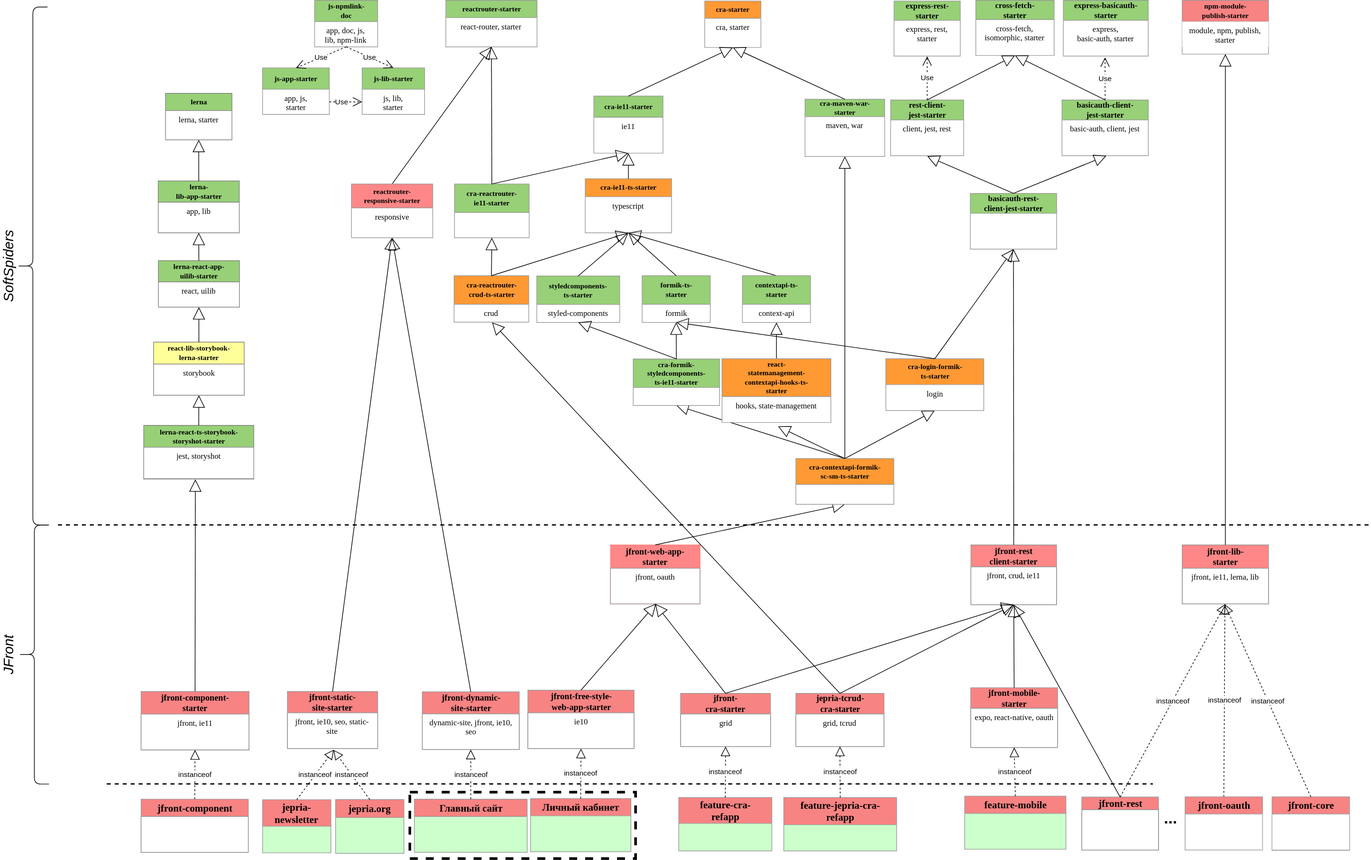
Earlier version of the draw.io export jfront/images/jfront-plan.svg (Jepria/doc). Source tidied: cells renumbered, new cells last; positions are measured from the earlier drawing's top-left corner, leaving out a move shared by most shapes.
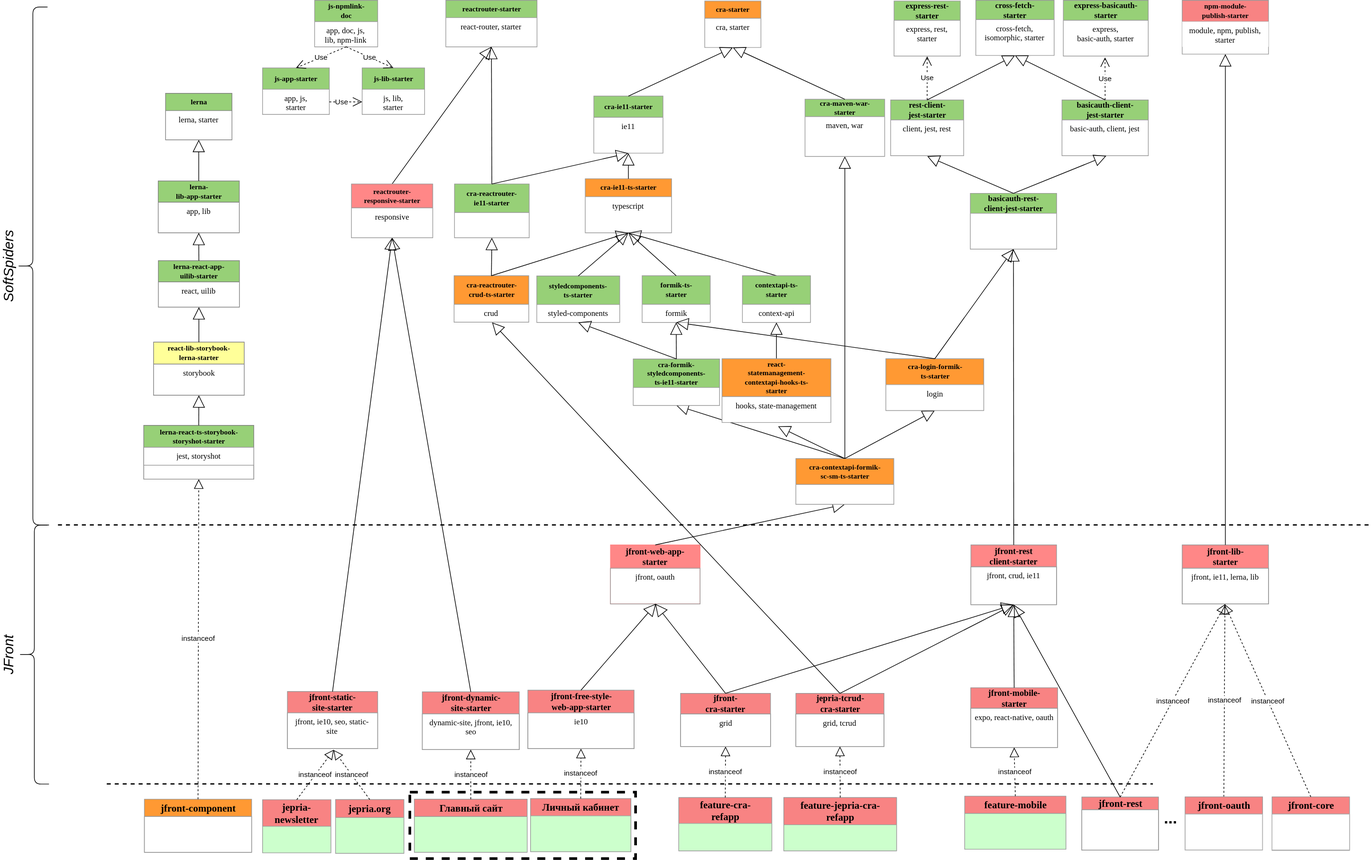
The same file after the commit.

Commit message:
feat: jfront-plan diagram

The edit, as a diff of the source:
```diff
@@ -71,8 +71,8 @@
     <mxCell id="24" value="&lt;span style=&quot;font-family: &amp;#34;verdana&amp;#34;&quot;&gt;cross-fetch, isomorphic, starter&lt;/span&gt;" style="text;html=1;align=center;verticalAlign=top;spacingLeft=4;spacingRight=4;whiteSpace=wrap;overflow=hidden;" parent="23" vertex="1">
       <mxGeometry y="29" width="118" height="51" as="geometry" />
     </mxCell>
-    <mxCell id="25" value="&lt;b&gt;&lt;font&gt;&lt;font style=&quot;font-size: 15px&quot;&gt;jfront-component&lt;/font&gt;&lt;br&gt;&lt;/font&gt;&lt;/b&gt;" style="swimlane;html=1;fontStyle=0;horizontal=1;startSize=26;swimlaneFillColor=#FFFFFF;rounded=0;shadow=0;comic=0;labelBackgroundColor=none;strokeWidth=1;fontFamily=Verdana;fontSize=10;align=center;fillColor=#F88383;strokeColor=#999999;" parent="1" vertex="1">
-      <mxGeometry x="314" y="1203" width="161.5" height="80" as="geometry" />
+    <mxCell id="25" value="&lt;b&gt;&lt;font&gt;&lt;font style=&quot;font-size: 15px&quot;&gt;jfront-component&lt;/font&gt;&lt;br&gt;&lt;/font&gt;&lt;/b&gt;" style="swimlane;html=1;fontStyle=0;horizontal=1;startSize=26;swimlaneFillColor=#FFFFFF;rounded=0;shadow=0;comic=0;labelBackgroundColor=none;strokeWidth=1;fontFamily=Verdana;fontSize=10;align=center;fillColor=#FF9933;strokeColor=#999999;" parent="1" vertex="1">
+      <mxGeometry x="319" y="1203" width="161.5" height="80" as="geometry" />
     </mxCell>
     <mxCell id="26" style="text;html=1;strokeColor=#999999;fillColor=none;align=center;verticalAlign=top;spacingLeft=4;spacingRight=4;whiteSpace=wrap;overflow=hidden;" parent="25" vertex="1">
       <mxGeometry y="26" width="161.5" height="54" as="geometry" />
@@ -89,9 +89,6 @@
     <mxCell id="30" value="&lt;span style=&quot;font-family: &amp;#34;verdana&amp;#34;&quot;&gt;jfront, ie11, lerna, lib&lt;/span&gt;" style="text;html=1;align=center;verticalAlign=top;spacingLeft=4;spacingRight=4;whiteSpace=wrap;overflow=hidden;points=[[0,0.5],[1,0.5]];portConstraint=eastwest;strokeColor=#999999;" parent="29" vertex="1">
       <mxGeometry y="35" width="130" height="54" as="geometry" />
     </mxCell>
-    <mxCell id="31" style="endArrow=block;endSize=16;endFill=0;html=1;exitX=0.5;exitY=0;exitDx=0;exitDy=0;entryX=0.469;entryY=1.028;entryDx=0;entryDy=0;entryPerimeter=0;strokeColor=#000000;" parent="1" edge="1" source="39" target="92">
-      <mxGeometry relative="1" as="geometry" />
-    </mxCell>
     <mxCell id="32" value="&lt;b&gt;&lt;font&gt;&lt;font style=&quot;font-size: 11px&quot;&gt;npm-module-&lt;br&gt;publish-starter&lt;/font&gt;&lt;br&gt;&lt;/font&gt;&lt;/b&gt;" style="swimlane;html=1;fontStyle=0;horizontal=1;startSize=32;swimlaneFillColor=#ffffff;rounded=0;shadow=0;comic=0;labelBackgroundColor=none;strokeWidth=1;fontFamily=Verdana;fontSize=10;align=center;fillColor=#F88383;strokeColor=#999999;" parent="1" vertex="1">
       <mxGeometry x="1882.1" width="130" height="81" as="geometry" />
     </mxCell>
@@ -113,12 +110,6 @@
     <mxCell id="38" style="endArrow=block;endSize=16;endFill=0;html=1;entryX=0.5;entryY=1;entryDx=0;entryDy=0;exitX=0.5;exitY=0;exitDx=0;exitDy=0;" parent="1" edge="1" source="17" target="23">
       <mxGeometry relative="1" as="geometry" />
     </mxCell>
-    <mxCell id="39" value="&lt;b&gt;&lt;font style=&quot;font-size: 13px&quot;&gt;jfront-component-&lt;br&gt;starter&lt;/font&gt;&lt;/b&gt;" style="swimlane;html=1;fontStyle=0;horizontal=1;startSize=34;fillColor=#F88383;swimlaneFillColor=#ffffff;rounded=0;shadow=0;comic=0;labelBackgroundColor=none;strokeWidth=1;fontFamily=Verdana;fontSize=10;align=center;strokeColor=#999999;" parent="1" vertex="1">
-      <mxGeometry x="314" y="1040.8" width="162.6" height="88" as="geometry" />
-    </mxCell>
-    <mxCell id="40" value="&lt;div&gt;&lt;span&gt;&lt;font face=&quot;verdana&quot;&gt;jfront, ie11&lt;/font&gt;&lt;/span&gt;&lt;/div&gt;" style="text;html=1;strokeColor=#999999;fillColor=none;align=center;verticalAlign=top;spacingLeft=4;spacingRight=4;whiteSpace=wrap;overflow=hidden;" parent="39" vertex="1">
-      <mxGeometry y="34" width="162.6" height="54" as="geometry" />
-    </mxCell>
     <mxCell id="41" value="&lt;b&gt;&lt;font style=&quot;font-size: 13px&quot;&gt;jfront-mobile-&lt;br&gt;starter&lt;/font&gt;&lt;/b&gt;" style="swimlane;html=1;fontStyle=0;horizontal=1;startSize=31;fillColor=#F88383;swimlaneFillColor=#ffffff;rounded=0;shadow=0;comic=0;labelBackgroundColor=none;strokeWidth=1;fontFamily=Verdana;fontSize=10;align=center;strokeColor=#999999;" parent="1" vertex="1">
       <mxGeometry x="1563.6" y="1035.1" width="130.9" height="90" as="geometry" />
     </mxCell>
@@ -248,7 +239,7 @@
     <mxCell id="82" value="&lt;span style=&quot;font-weight: normal ; font-size: 21px&quot;&gt;SoftSpiders&lt;/span&gt;" style="text;html=1;strokeColor=none;fillColor=none;align=center;verticalAlign=middle;whiteSpace=wrap;rounded=0;fontSize=21;fontStyle=3;rotation=-90;" parent="1" vertex="1">
       <mxGeometry x="0.4" y="390" width="227" height="20" as="geometry" />
     </mxCell>
-    <mxCell id="83" value="instanceof" style="endArrow=block;dashed=1;endFill=0;endSize=12;html=1;entryX=0.5;entryY=1;entryDx=0;entryDy=0;exitX=0.5;exitY=0;exitDx=0;exitDy=0;" parent="1" edge="1" source="25" target="39">
+    <mxCell id="83" value="instanceof" style="endArrow=block;dashed=1;endFill=0;endSize=12;html=1;exitX=0.5;exitY=0;exitDx=0;exitDy=0;entryX=0.5;entryY=1;entryDx=0;entryDy=0;" parent="1" edge="1" source="25" target="91">
       <mxGeometry relative="1" as="geometry" />
     </mxCell>
     <mxCell id="84" value="&lt;font&gt;&lt;span style=&quot;font-size: 11px&quot;&gt;&lt;b&gt;cra-starter&lt;/b&gt;&lt;/span&gt;&lt;br&gt;&lt;/font&gt;" style="swimlane;html=1;fontStyle=0;horizontal=1;startSize=26;swimlaneFillColor=#ffffff;rounded=0;shadow=0;comic=0;labelBackgroundColor=none;strokeWidth=1;fontFamily=Verdana;fontSize=10;align=center;fillColor=#FF9933;strokeColor=#999999;" parent="1" vertex="1">
@@ -276,7 +267,7 @@
       <mxGeometry x="318" y="640" width="165.7" height="81" as="geometry" />
     </mxCell>
     <mxCell id="92" value="&lt;span style=&quot;font-family: &amp;#34;verdana&amp;#34;&quot;&gt;jest, storyshot&lt;/span&gt;" style="text;html=1;align=center;verticalAlign=top;spacingLeft=4;spacingRight=4;whiteSpace=wrap;overflow=hidden;points=[[0,0.5],[1,0.5]];portConstraint=eastwest;fillColor=#ffffff;strokeColor=#999999;" parent="91" vertex="1">
-      <mxGeometry y="33" width="165.7" height="47" as="geometry" />
+      <mxGeometry y="33" width="165.7" height="27" as="geometry" />
     </mxCell>
     <mxCell id="93" value="&lt;b&gt;&lt;font&gt;&lt;font style=&quot;font-size: 11px&quot;&gt;cra-ie11-starter&lt;/font&gt;&lt;br&gt;&lt;/font&gt;&lt;/b&gt;" style="swimlane;html=1;fontStyle=0;horizontal=1;startSize=32;swimlaneFillColor=#ffffff;rounded=0;shadow=0;comic=0;labelBackgroundColor=none;strokeWidth=1;fontFamily=Verdana;fontSize=10;align=center;fillColor=#97D077;strokeColor=#999999;" parent="1" vertex="1">
       <mxGeometry x="995.9" y="144.2" width="104.2" height="86" as="geometry" />
```
